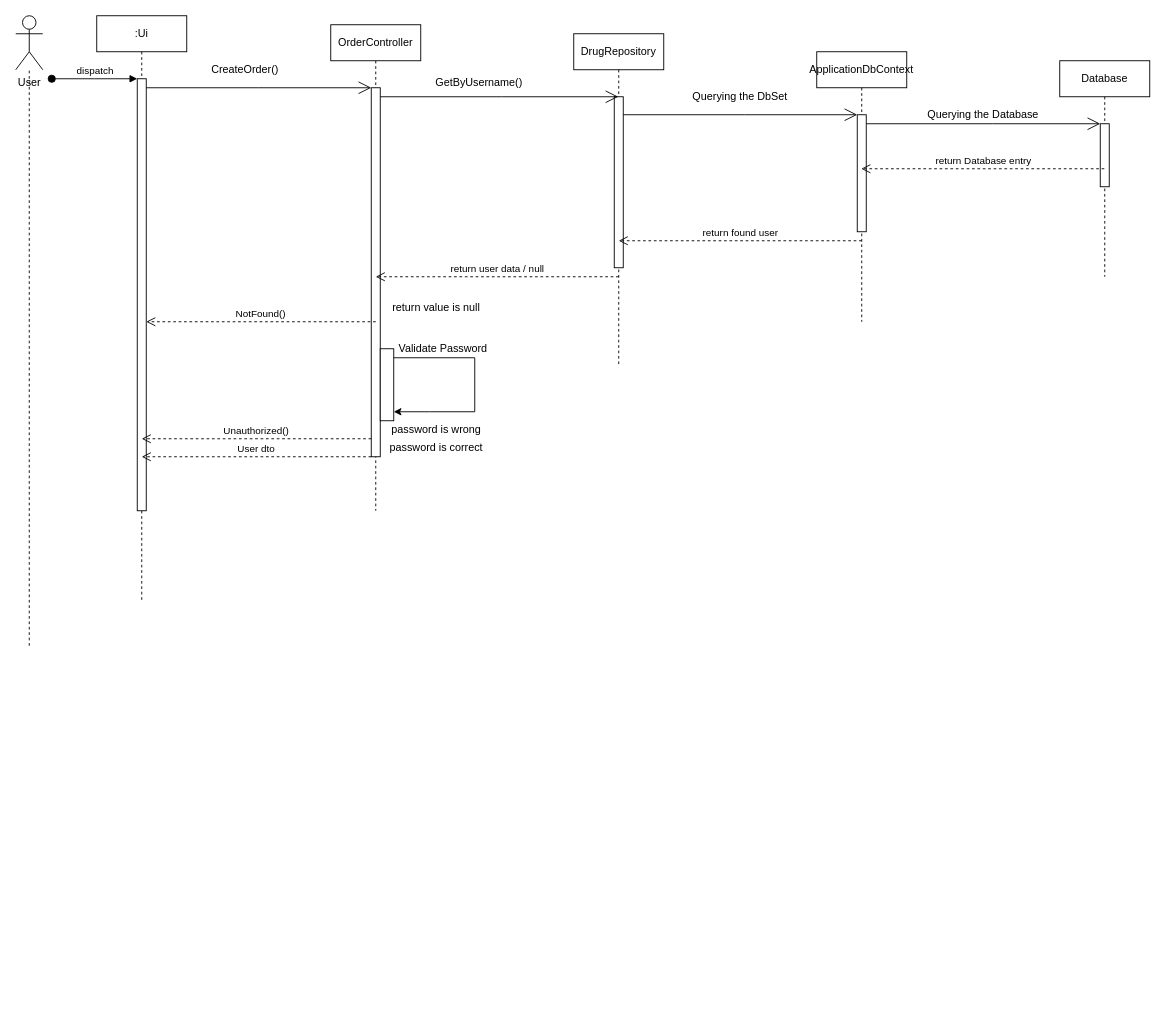
Earlier version of the draw.io diagram page "place_order" (3 of 3) of diagrams/sequence_diagram.drawio (zdrobix/iss). Source tidied: cells renumbered, new cells numbered last; positions are measured from the earlier drawing's top-left corner, leaving out a move shared by most shapes. Both pictures are drawn from the tidied source at 90%, with x=0, y=0 at pixel (15, 15).
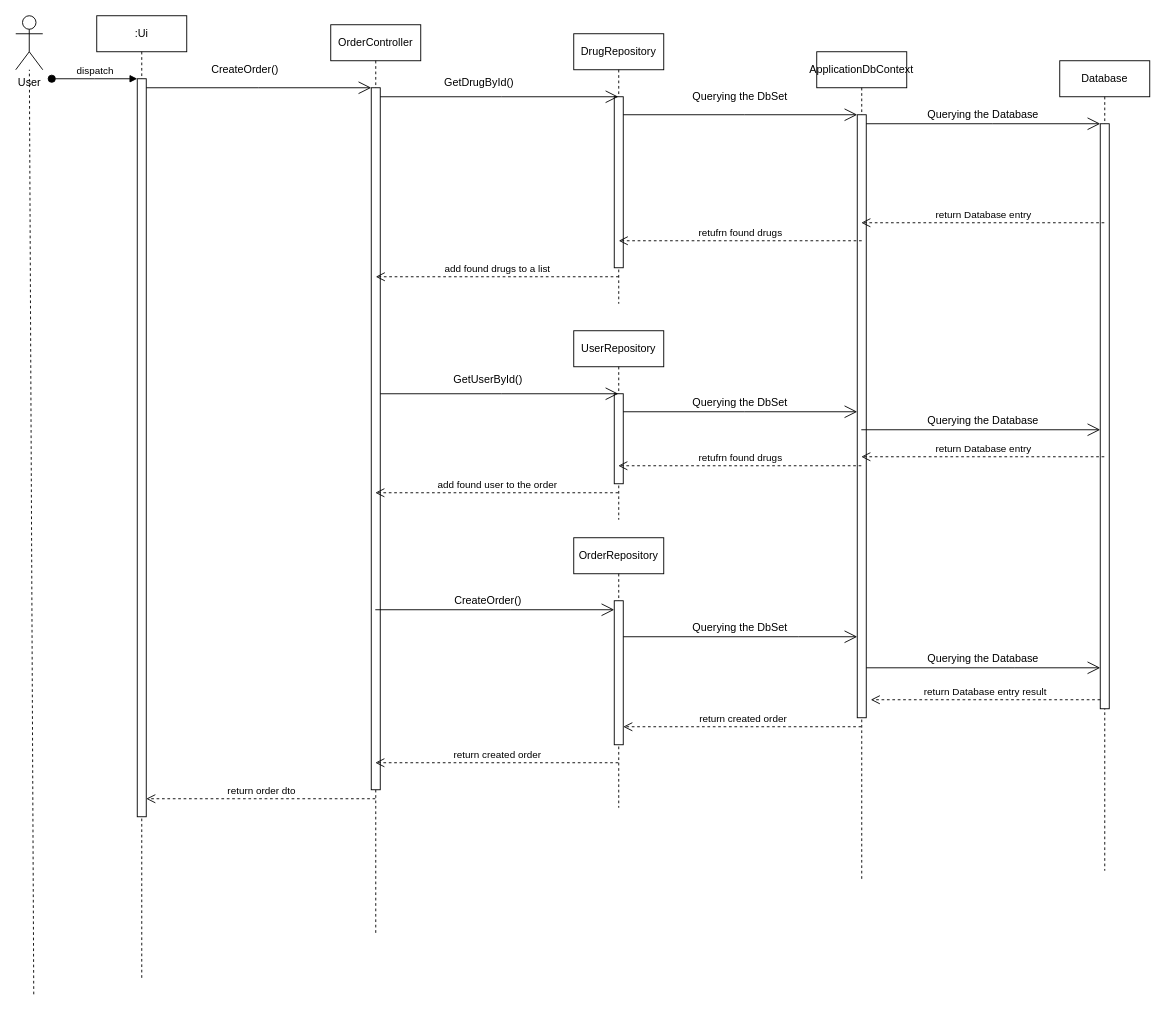
The same diagram, later.

Commit message (it also covers changes not shown here):
Added sequence diagram for placing an order.

The change refers to these unchanged cells:
```xml
<mxCell id="9" value="User" style="shape=umlActor;verticalLabelPosition=bottom;verticalAlign=top;html=1;outlineConnect=0;" parent="1" vertex="1">
  <mxGeometry width="30" height="60" as="geometry" />
</mxCell>
```

What changed in the source:
```diff
@@
     <mxCell id="2" value=":Ui" style="shape=umlLifeline;perimeter=lifelinePerimeter;whiteSpace=wrap;html=1;newEdgeStyle={&quot;edgeStyle&quot;:&quot;elbowEdgeStyle&quot;,&quot;elbow&quot;:&quot;vertical&quot;,&quot;curved&quot;:0,&quot;rounded&quot;:0};" parent="1" vertex="1">
-      <mxGeometry x="90" width="100" height="650" as="geometry" />
+      <mxGeometry x="90" width="100" height="1070" as="geometry" />
     </mxCell>
     <mxCell id="3" style="html=1;points=[];perimeter=orthogonalPerimeter;outlineConnect=0;targetShapes=umlLifeline;portConstraint=eastwest;newEdgeStyle={&quot;edgeStyle&quot;:&quot;elbowEdgeStyle&quot;,&quot;elbow&quot;:&quot;vertical&quot;,&quot;curved&quot;:0,&quot;rounded&quot;:0};" parent="2" vertex="1">
-      <mxGeometry x="45" y="70" width="10" height="480" as="geometry" />
+      <mxGeometry x="45" y="70" width="10" height="820" as="geometry" />
     </mxCell>
@@
     <mxCell id="5" value="OrderController" style="shape=umlLifeline;perimeter=lifelinePerimeter;whiteSpace=wrap;html=1;outlineConnect=0;portConstraint=eastwest;newEdgeStyle={&quot;edgeStyle&quot;:&quot;elbowEdgeStyle&quot;,&quot;elbow&quot;:&quot;vertical&quot;,&quot;curved&quot;:0,&quot;rounded&quot;:0};" parent="1" vertex="1">
-      <mxGeometry x="350" y="10" width="100" height="540" as="geometry" />
+      <mxGeometry x="350" y="10" width="100" height="1010" as="geometry" />
     </mxCell>
     <mxCell id="6" style="html=1;points=[];perimeter=orthogonalPerimeter;outlineConnect=0;targetShapes=umlLifeline;portConstraint=eastwest;newEdgeStyle={&quot;edgeStyle&quot;:&quot;elbowEdgeStyle&quot;,&quot;elbow&quot;:&quot;vertical&quot;,&quot;curved&quot;:0,&quot;rounded&quot;:0};" parent="5" vertex="1">
-      <mxGeometry x="45" y="70" width="10" height="410" as="geometry" />
+      <mxGeometry x="45" y="70" width="10" height="780" as="geometry" />
     </mxCell>
-    <mxCell id="7" style="html=1;points=[];perimeter=orthogonalPerimeter;outlineConnect=0;targetShapes=umlLifeline;portConstraint=eastwest;newEdgeStyle={&quot;edgeStyle&quot;:&quot;elbowEdgeStyle&quot;,&quot;elbow&quot;:&quot;vertical&quot;,&quot;curved&quot;:0,&quot;rounded&quot;:0};" parent="5" vertex="1">
-      <mxGeometry x="55" y="360" width="15" height="80" as="geometry" />
-    </mxCell>
-    <mxCell id="8" style="endArrow=classic;html=1;rounded=0;" parent="5" edge="1" source="7" target="7">
-      <mxGeometry relative="1" as="geometry">
-        <Array as="points">
-          <mxPoint x="160" y="370" />
-          <mxPoint x="160" y="430" />
-          <mxPoint x="110" y="430" />
-        </Array>
-      </mxGeometry>
-    </mxCell>
@@
     <mxCell id="10" style="endArrow=none;dashed=1;html=1;rounded=0;" parent="1" edge="1" target="9">
       <mxGeometry relative="1" as="geometry">
-        <mxPoint x="15" y="700" as="sourcePoint" />
+        <mxPoint x="20" y="1087.3" as="sourcePoint" />
       </mxGeometry>
     </mxCell>
@@
     <mxCell id="12" value="DrugRepository" style="shape=umlLifeline;perimeter=lifelinePerimeter;whiteSpace=wrap;html=1;outlineConnect=0;portConstraint=eastwest;newEdgeStyle={&quot;edgeStyle&quot;:&quot;elbowEdgeStyle&quot;,&quot;elbow&quot;:&quot;vertical&quot;,&quot;curved&quot;:0,&quot;rounded&quot;:0};" parent="1" vertex="1">
-      <mxGeometry x="620" y="20" width="100" height="370" as="geometry" />
+      <mxGeometry x="620" y="20" width="100" height="300" as="geometry" />
     </mxCell>
@@
-    <mxCell id="16" value="GetByUsername()" style="text;html=1;align=center;verticalAlign=middle;whiteSpace=wrap;rounded=0;" parent="1" vertex="1">
+    <mxCell id="16" value="GetDrugById()" style="text;html=1;align=center;verticalAlign=middle;whiteSpace=wrap;rounded=0;" parent="1" vertex="1">
       <mxGeometry x="500" y="70" width="30" height="10" as="geometry" />
     </mxCell>
@@
     <mxCell id="18" value="ApplicationDbContext" style="shape=umlLifeline;perimeter=lifelinePerimeter;whiteSpace=wrap;html=1;outlineConnect=0;portConstraint=eastwest;newEdgeStyle={&quot;edgeStyle&quot;:&quot;elbowEdgeStyle&quot;,&quot;elbow&quot;:&quot;vertical&quot;,&quot;curved&quot;:0,&quot;rounded&quot;:0};" parent="1" vertex="1">
-      <mxGeometry x="890" y="40" width="100" height="300" as="geometry" />
+      <mxGeometry x="890" y="40" width="100" height="920" as="geometry" />
     </mxCell>
     <mxCell id="19" style="html=1;points=[];perimeter=orthogonalPerimeter;outlineConnect=0;targetShapes=umlLifeline;portConstraint=eastwest;newEdgeStyle={&quot;edgeStyle&quot;:&quot;elbowEdgeStyle&quot;,&quot;elbow&quot;:&quot;vertical&quot;,&quot;curved&quot;:0,&quot;rounded&quot;:0};" parent="18" vertex="1">
-      <mxGeometry x="45" y="70" width="10" height="130" as="geometry" />
+      <mxGeometry x="45" y="70" width="10" height="670" as="geometry" />
     </mxCell>
@@
     <mxCell id="22" value="Database" style="shape=umlLifeline;perimeter=lifelinePerimeter;whiteSpace=wrap;html=1;outlineConnect=0;portConstraint=eastwest;newEdgeStyle={&quot;edgeStyle&quot;:&quot;elbowEdgeStyle&quot;,&quot;elbow&quot;:&quot;vertical&quot;,&quot;curved&quot;:0,&quot;rounded&quot;:0};" parent="1" vertex="1">
-      <mxGeometry x="1160" y="50" width="100" height="240" as="geometry" />
+      <mxGeometry x="1160" y="50" width="100" height="900" as="geometry" />
     </mxCell>
     <mxCell id="23" style="html=1;points=[];perimeter=orthogonalPerimeter;outlineConnect=0;targetShapes=umlLifeline;portConstraint=eastwest;newEdgeStyle={&quot;edgeStyle&quot;:&quot;elbowEdgeStyle&quot;,&quot;elbow&quot;:&quot;vertical&quot;,&quot;curved&quot;:0,&quot;rounded&quot;:0};" parent="22" vertex="1">
-      <mxGeometry x="45" y="70" width="10" height="70" as="geometry" />
+      <mxGeometry x="45" y="70" width="10" height="650" as="geometry" />
     </mxCell>
@@
     <mxCell id="25" value="return Database entry" style="html=1;verticalAlign=bottom;endArrow=open;dashed=1;endSize=8;curved=0;rounded=0;" parent="1" edge="1" source="22" target="18">
-      <mxGeometry relative="1" as="geometry" />
+      <mxGeometry relative="1" as="geometry">
+        <Array as="points">
+          <mxPoint x="1090" y="230" />
+        </Array>
+      </mxGeometry>
     </mxCell>
-    <mxCell id="26" value="return found user" style="html=1;verticalAlign=bottom;endArrow=open;dashed=1;endSize=8;curved=0;rounded=0;" parent="1" edge="1">
+    <mxCell id="26" value="retufrn found drugs" style="html=1;verticalAlign=bottom;endArrow=open;dashed=1;endSize=8;curved=0;rounded=0;" parent="1" edge="1">
       <mxGeometry relative="1" as="geometry">
         <mxPoint x="940" y="250" as="sourcePoint" />
         <mxPoint x="670" y="250" as="targetPoint" />
       </mxGeometry>
     </mxCell>
-    <mxCell id="27" value="return user data / null" style="html=1;verticalAlign=bottom;endArrow=open;dashed=1;endSize=8;curved=0;rounded=0;" parent="1" edge="1">
+    <mxCell id="27" value="add found drugs to a list" style="html=1;verticalAlign=bottom;endArrow=open;dashed=1;endSize=8;curved=0;rounded=0;" parent="1" edge="1">
       <mxGeometry relative="1" as="geometry">
         <mxPoint x="670" y="290" as="sourcePoint" />
         <mxPoint x="400" y="290" as="targetPoint" />
       </mxGeometry>
     </mxCell>
-    <mxCell id="28" value="Validate Password" style="text;html=1;align=center;verticalAlign=middle;whiteSpace=wrap;rounded=0;" parent="1" vertex="1">
-      <mxGeometry x="415" y="360" width="120" height="20" as="geometry" />
-    </mxCell>
-    <mxCell id="29" value="NotFound()" style="html=1;verticalAlign=bottom;endArrow=open;dashed=1;endSize=8;curved=0;rounded=0;" parent="1" edge="1" target="3">
-      <mxGeometry relative="1" as="geometry">
-        <mxPoint x="400" y="340" as="sourcePoint" />
-      </mxGeometry>
-    </mxCell>
-    <mxCell id="30" value="return value is null" style="text;html=1;align=center;verticalAlign=middle;whiteSpace=wrap;rounded=0;" parent="1" vertex="1">
-      <mxGeometry x="415" y="315" width="105" height="20" as="geometry" />
-    </mxCell>
-    <mxCell id="31" value="Unauthorized()" style="html=1;verticalAlign=bottom;endArrow=open;dashed=1;endSize=8;curved=0;rounded=0;" parent="1" edge="1">
-      <mxGeometry relative="1" as="geometry">
-        <mxPoint x="395" y="470" as="sourcePoint" />
-        <mxPoint x="140" y="470" as="targetPoint" />
-      </mxGeometry>
-    </mxCell>
-    <mxCell id="32" value="password is wrong" style="text;html=1;align=center;verticalAlign=middle;whiteSpace=wrap;rounded=0;" parent="1" vertex="1">
-      <mxGeometry x="415" y="450" width="105" height="20" as="geometry" />
-    </mxCell>
-    <mxCell id="33" value="User dto" style="html=1;verticalAlign=bottom;endArrow=open;dashed=1;endSize=8;curved=0;rounded=0;" parent="1" edge="1">
-      <mxGeometry relative="1" as="geometry">
-        <mxPoint x="395" y="490" as="sourcePoint" />
-        <mxPoint x="140" y="490" as="targetPoint" />
-      </mxGeometry>
-    </mxCell>
-    <mxCell id="34" value="password is correct" style="text;html=1;align=center;verticalAlign=middle;whiteSpace=wrap;rounded=0;" parent="1" vertex="1">
-      <mxGeometry x="410" y="470" width="115" height="20" as="geometry" />
-    </mxCell>
+    <mxCell id="35" value="UserRepository" style="shape=umlLifeline;perimeter=lifelinePerimeter;whiteSpace=wrap;html=1;outlineConnect=0;portConstraint=eastwest;newEdgeStyle={&quot;edgeStyle&quot;:&quot;elbowEdgeStyle&quot;,&quot;elbow&quot;:&quot;vertical&quot;,&quot;curved&quot;:0,&quot;rounded&quot;:0};" parent="1" vertex="1">
+      <mxGeometry x="620" y="350" width="100" height="210" as="geometry" />
+    </mxCell>
+    <mxCell id="36" style="html=1;points=[];perimeter=orthogonalPerimeter;outlineConnect=0;targetShapes=umlLifeline;portConstraint=eastwest;newEdgeStyle={&quot;edgeStyle&quot;:&quot;elbowEdgeStyle&quot;,&quot;elbow&quot;:&quot;vertical&quot;,&quot;curved&quot;:0,&quot;rounded&quot;:0};" parent="35" vertex="1">
+      <mxGeometry x="45" y="70" width="10" height="100" as="geometry" />
+    </mxCell>
+    <mxCell id="37" style="endArrow=open;endFill=1;endSize=12;html=1;rounded=0;" parent="1" edge="1" target="35">
+      <mxGeometry relative="1" as="geometry">
+        <mxPoint x="405" y="420" as="sourcePoint" />
+        <Array as="points">
+          <mxPoint x="540" y="420" />
+        </Array>
+      </mxGeometry>
+    </mxCell>
+    <mxCell id="38" style="endArrow=open;endFill=1;endSize=12;html=1;rounded=0;" parent="1" edge="1" source="36">
+      <mxGeometry relative="1" as="geometry">
+        <mxPoint x="935" y="440" as="targetPoint" />
+        <Array as="points">
+          <mxPoint x="810" y="440" />
+        </Array>
+      </mxGeometry>
+    </mxCell>
+    <mxCell id="39" value="GetUserById()" style="text;html=1;align=center;verticalAlign=middle;whiteSpace=wrap;rounded=0;" parent="1" vertex="1">
+      <mxGeometry x="510" y="400" width="30" height="10" as="geometry" />
+    </mxCell>
+    <mxCell id="40" value="Querying the DbSet" style="text;html=1;align=center;verticalAlign=middle;whiteSpace=wrap;rounded=0;" parent="1" vertex="1">
+      <mxGeometry x="740" y="420" width="130" height="20" as="geometry" />
+    </mxCell>
+    <mxCell id="41" value="Querying the Database" style="text;html=1;align=center;verticalAlign=middle;whiteSpace=wrap;rounded=0;" parent="1" vertex="1">
+      <mxGeometry x="1010" y="440" width="130" height="20" as="geometry" />
+    </mxCell>
+    <mxCell id="42" style="endArrow=open;endFill=1;endSize=12;html=1;rounded=0;" parent="1" edge="1" source="18" target="23">
+      <mxGeometry relative="1" as="geometry">
+        <Array as="points">
+          <mxPoint x="1110" y="460" />
+        </Array>
+      </mxGeometry>
+    </mxCell>
+    <mxCell id="43" value="return Database entry" style="html=1;verticalAlign=bottom;endArrow=open;dashed=1;endSize=8;curved=0;rounded=0;" parent="1" edge="1" source="22" target="18">
+      <mxGeometry relative="1" as="geometry">
+        <Array as="points">
+          <mxPoint x="1110" y="490" />
+        </Array>
+      </mxGeometry>
+    </mxCell>
+    <mxCell id="44" value="retufrn found drugs" style="html=1;verticalAlign=bottom;endArrow=open;dashed=1;endSize=8;curved=0;rounded=0;" parent="1" edge="1" source="18" target="35">
+      <mxGeometry relative="1" as="geometry">
+        <Array as="points">
+          <mxPoint x="810" y="500" />
+        </Array>
+      </mxGeometry>
+    </mxCell>
+    <mxCell id="45" value="add found user to the order" style="html=1;verticalAlign=bottom;endArrow=open;dashed=1;endSize=8;curved=0;rounded=0;" parent="1" edge="1" source="35" target="5">
+      <mxGeometry relative="1" as="geometry">
+        <Array as="points">
+          <mxPoint x="530" y="530" />
+        </Array>
+      </mxGeometry>
+    </mxCell>
+    <mxCell id="46" value="OrderRepository" style="shape=umlLifeline;perimeter=lifelinePerimeter;whiteSpace=wrap;html=1;outlineConnect=0;portConstraint=eastwest;newEdgeStyle={&quot;edgeStyle&quot;:&quot;elbowEdgeStyle&quot;,&quot;elbow&quot;:&quot;vertical&quot;,&quot;curved&quot;:0,&quot;rounded&quot;:0};" parent="1" vertex="1">
+      <mxGeometry x="620" y="580" width="100" height="300" as="geometry" />
+    </mxCell>
+    <mxCell id="47" style="html=1;points=[];perimeter=orthogonalPerimeter;outlineConnect=0;targetShapes=umlLifeline;portConstraint=eastwest;newEdgeStyle={&quot;edgeStyle&quot;:&quot;elbowEdgeStyle&quot;,&quot;elbow&quot;:&quot;vertical&quot;,&quot;curved&quot;:0,&quot;rounded&quot;:0};" parent="46" vertex="1">
+      <mxGeometry x="45" y="70" width="10" height="160" as="geometry" />
+    </mxCell>
+    <mxCell id="48" style="endArrow=open;endFill=1;endSize=12;html=1;rounded=0;" parent="1" edge="1" source="5" target="47">
+      <mxGeometry relative="1" as="geometry">
+        <Array as="points">
+          <mxPoint x="550" y="660" />
+        </Array>
+      </mxGeometry>
+    </mxCell>
+    <mxCell id="49" value="CreateOrder()" style="text;html=1;align=center;verticalAlign=middle;whiteSpace=wrap;rounded=0;" parent="1" vertex="1">
+      <mxGeometry x="510" y="640" width="30" height="20" as="geometry" />
+    </mxCell>
+    <mxCell id="50" value="Querying the DbSet" style="text;html=1;align=center;verticalAlign=middle;whiteSpace=wrap;rounded=0;" parent="1" vertex="1">
+      <mxGeometry x="740" y="670" width="130" height="20" as="geometry" />
+    </mxCell>
+    <mxCell id="51" style="endArrow=open;endFill=1;endSize=12;html=1;rounded=0;" parent="1" edge="1" source="47" target="19">
+      <mxGeometry relative="1" as="geometry">
+        <Array as="points">
+          <mxPoint x="870" y="690" />
+        </Array>
+      </mxGeometry>
+    </mxCell>
+    <mxCell id="52" value="Querying the Database" style="text;html=1;align=center;verticalAlign=middle;whiteSpace=wrap;rounded=0;" parent="1" vertex="1">
+      <mxGeometry x="1010" y="704.5" width="130" height="20" as="geometry" />
+    </mxCell>
+    <mxCell id="53" style="endArrow=open;endFill=1;endSize=12;html=1;rounded=0;" parent="1" edge="1" source="19" target="23">
+      <mxGeometry relative="1" as="geometry">
+        <Array as="points">
+          <mxPoint x="1110" y="724.5" />
+        </Array>
+      </mxGeometry>
+    </mxCell>
+    <mxCell id="54" value="return Database entry result" style="html=1;verticalAlign=bottom;endArrow=open;dashed=1;endSize=8;curved=0;rounded=0;" parent="1" edge="1" source="23">
+      <mxGeometry relative="1" as="geometry">
+        <mxPoint x="950" y="760" as="targetPoint" />
+        <Array as="points">
+          <mxPoint x="1130" y="760" />
+        </Array>
+      </mxGeometry>
+    </mxCell>
+    <mxCell id="55" value="return created order" style="html=1;verticalAlign=bottom;endArrow=open;dashed=1;endSize=8;curved=0;rounded=0;" parent="1" edge="1" source="18" target="47">
+      <mxGeometry relative="1" as="geometry">
+        <Array as="points">
+          <mxPoint x="860" y="790" />
+        </Array>
+      </mxGeometry>
+    </mxCell>
+    <mxCell id="56" value="return created order" style="html=1;verticalAlign=bottom;endArrow=open;dashed=1;endSize=8;curved=0;rounded=0;" parent="1" edge="1" source="46" target="5">
+      <mxGeometry relative="1" as="geometry">
+        <Array as="points">
+          <mxPoint x="550" y="830" />
+        </Array>
+      </mxGeometry>
+    </mxCell>
+    <mxCell id="57" value="return order dto" style="html=1;verticalAlign=bottom;endArrow=open;dashed=1;endSize=8;curved=0;rounded=0;" parent="1" edge="1" source="5" target="3">
+      <mxGeometry relative="1" as="geometry">
+        <Array as="points">
+          <mxPoint x="390" y="870" />
+        </Array>
+      </mxGeometry>
+    </mxCell>
```
